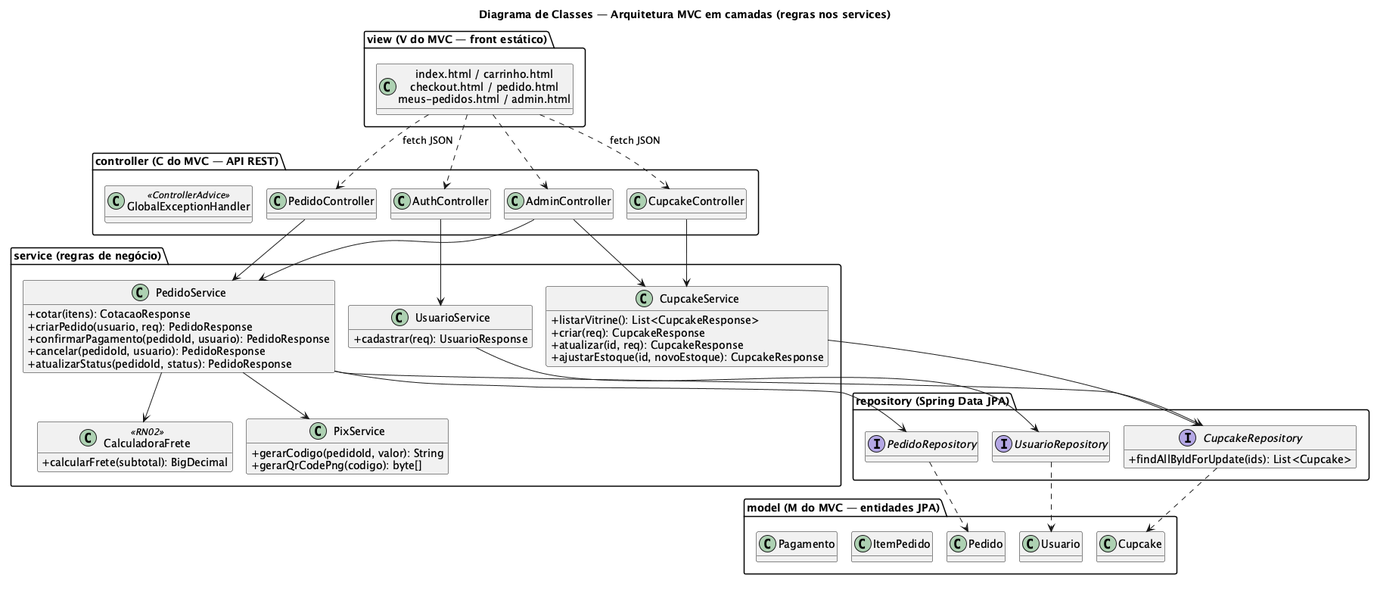
Earlier version of the PlantUML export docs/situacao-1/uml/classes-camadas.png (joaostavares/cupcake-store).
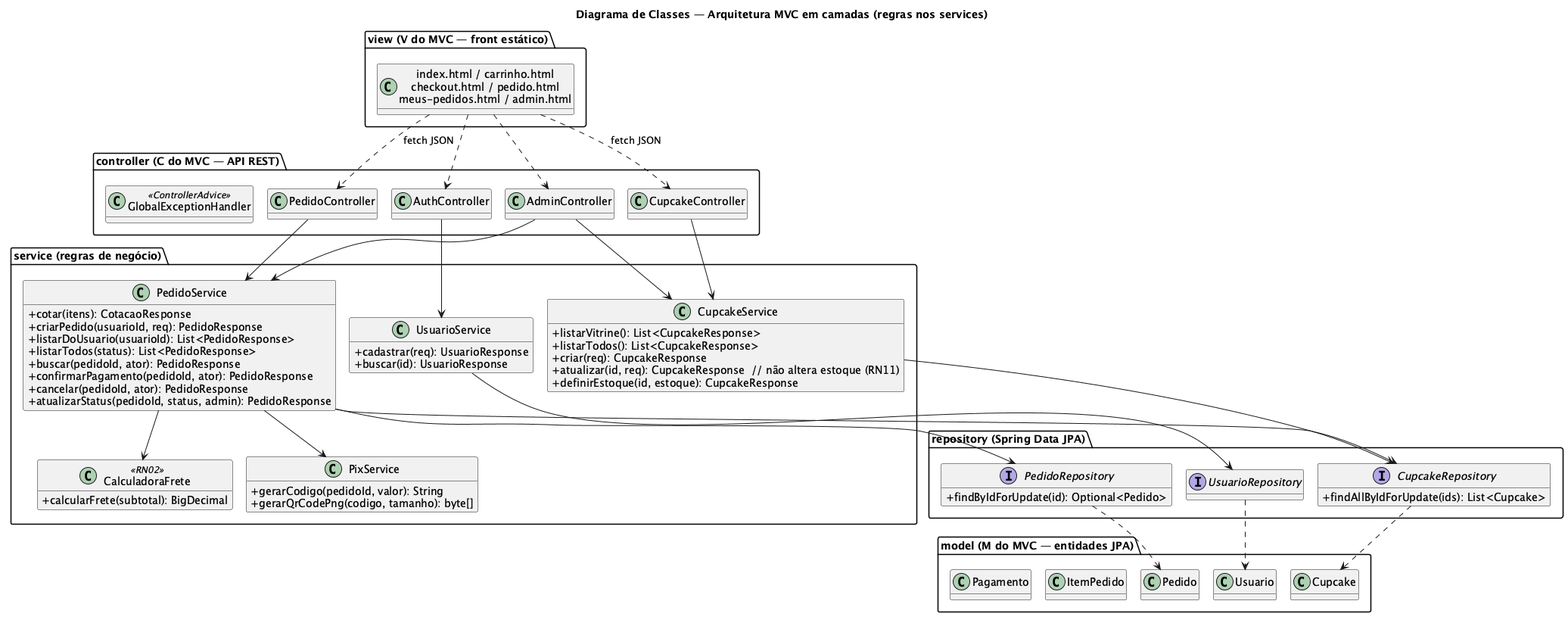
After the change.

Diff of the diagram source:
```diff
@@ -14,26 +14,31 @@
 package "service (regras de negócio)" {
   class CupcakeService {
     +listarVitrine(): List<CupcakeResponse>
+    +listarTodos(): List<CupcakeResponse>
     +criar(req): CupcakeResponse
-    +atualizar(id, req): CupcakeResponse
-    +ajustarEstoque(id, novoEstoque): CupcakeResponse
+    +atualizar(id, req): CupcakeResponse  // não altera estoque (RN11)
+    +definirEstoque(id, estoque): CupcakeResponse
   }
   class UsuarioService {
     +cadastrar(req): UsuarioResponse
+    +buscar(id): UsuarioResponse
   }
   class PedidoService {
     +cotar(itens): CotacaoResponse
-    +criarPedido(usuario, req): PedidoResponse
-    +confirmarPagamento(pedidoId, usuario): PedidoResponse
-    +cancelar(pedidoId, usuario): PedidoResponse
-    +atualizarStatus(pedidoId, status): PedidoResponse
+    +criarPedido(usuarioId, req): PedidoResponse
+    +listarDoUsuario(usuarioId): List<PedidoResponse>
+    +listarTodos(status): List<PedidoResponse>
+    +buscar(pedidoId, ator): PedidoResponse
+    +confirmarPagamento(pedidoId, ator): PedidoResponse
+    +cancelar(pedidoId, ator): PedidoResponse
+    +atualizarStatus(pedidoId, status, admin): PedidoResponse
   }
   class CalculadoraFrete <<RN02>> {
     +calcularFrete(subtotal): BigDecimal
   }
   class PixService {
     +gerarCodigo(pedidoId, valor): String
-    +gerarQrCodePng(codigo): byte[]
+    +gerarQrCodePng(codigo, tamanho): byte[]
   }
 }
 package "repository (Spring Data JPA)" {
@@ -41,7 +46,9 @@
   interface CupcakeRepository {
     +findAllByIdForUpdate(ids): List<Cupcake>
   }
-  interface PedidoRepository
+  interface PedidoRepository {
+    +findByIdForUpdate(id): Optional<Pedido>
+  }
 }
 package "model (M do MVC — entidades JPA)" {
   class Usuario
```
